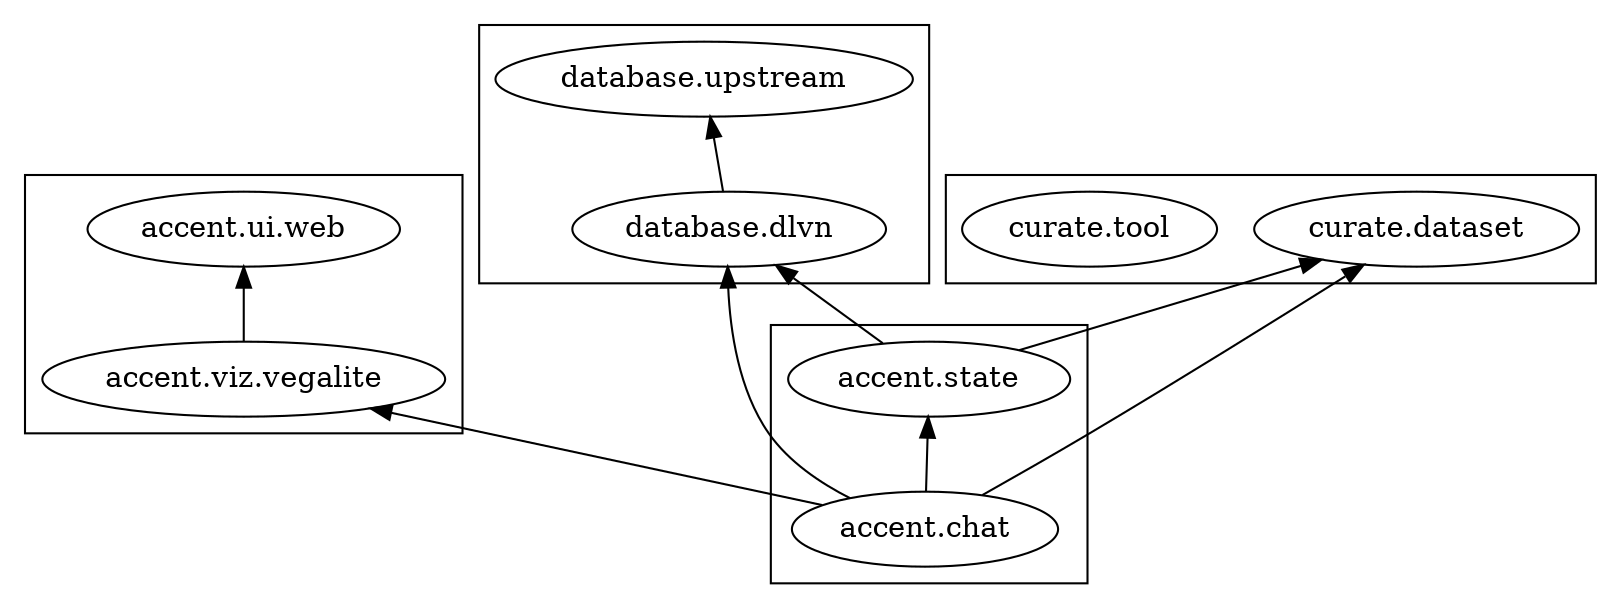
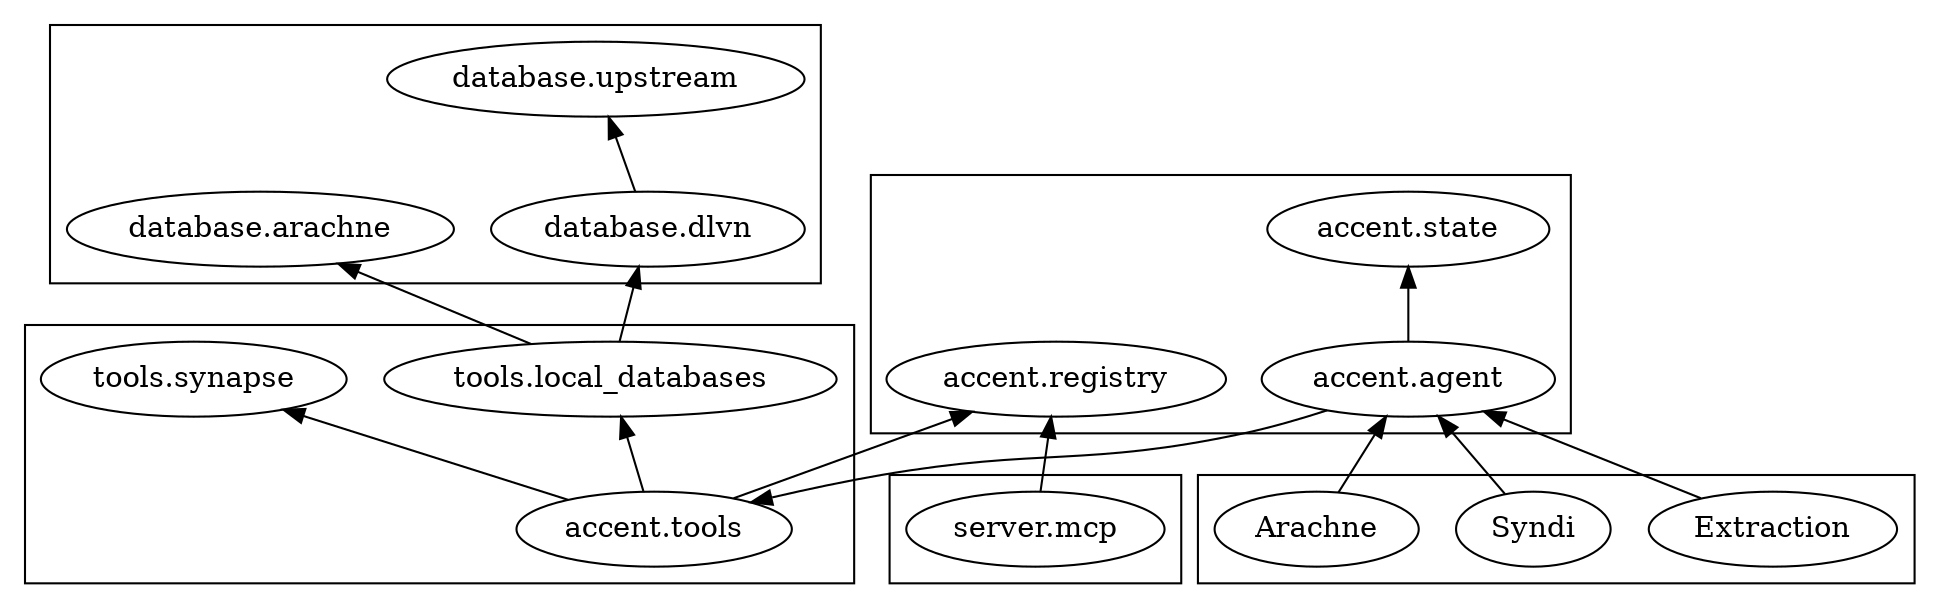
digraph G {

  rankdir=BT;

-   subgraph cluster_dm_rag {
+   subgraph cluster_db {

-     db[label="database.dlvn"];
+     db_dlvn[label="database.dlvn"];
    db_up[label="database.upstream"];
-     db -> db_up
+     db_dlvn -> db_up
+     db_arachne[label="database.arachne"]


  }

-   subgraph cluster_ui {

-     vegalite[label="accent.viz.vegalite"]
-      web[label="accent.ui.web"]
-      vegalite -> web
+   subgraph cluster_resources {

-   }
- 
-   subgraph cluster_curate {
- 
-     curate_dataset[label="curate.dataset"];
-     curate_tool[label="curate.tool"];
+     tools[label="accent.tools"]
+     tools_synapse[label="tools.synapse"];
+     tools_local_db[label="tools.local_databases"];
+     tools -> tools_synapse
+     tools -> tools_local_db
+     tools_local_db -> db_dlvn
+     tools_local_db -> db_arachne

  }

  subgraph cluster_accent {

    state[label="accent.state"]
-     state -> db
-     state -> curate_dataset

-      chat -> state
-      chat[label="accent.chat"]
-      chat -> curate_dataset
-      chat -> db
-      chat -> vegalite
+     registry[label="accent.registry"]
+     tools -> registry
+     agent -> tools
+     agent -> state
+     agent[label="accent.agent"]
+ 

  }

+   subgraph cluster_server {
+ 
+       server_mcp[label="server.mcp"]
+       server_mcp -> registry
+   }
+ 
+   subgraph cluster_agents {
+       Syndi -> agent
+       Arachne -> agent
+       Extraction -> agent
+   }
+ 
}